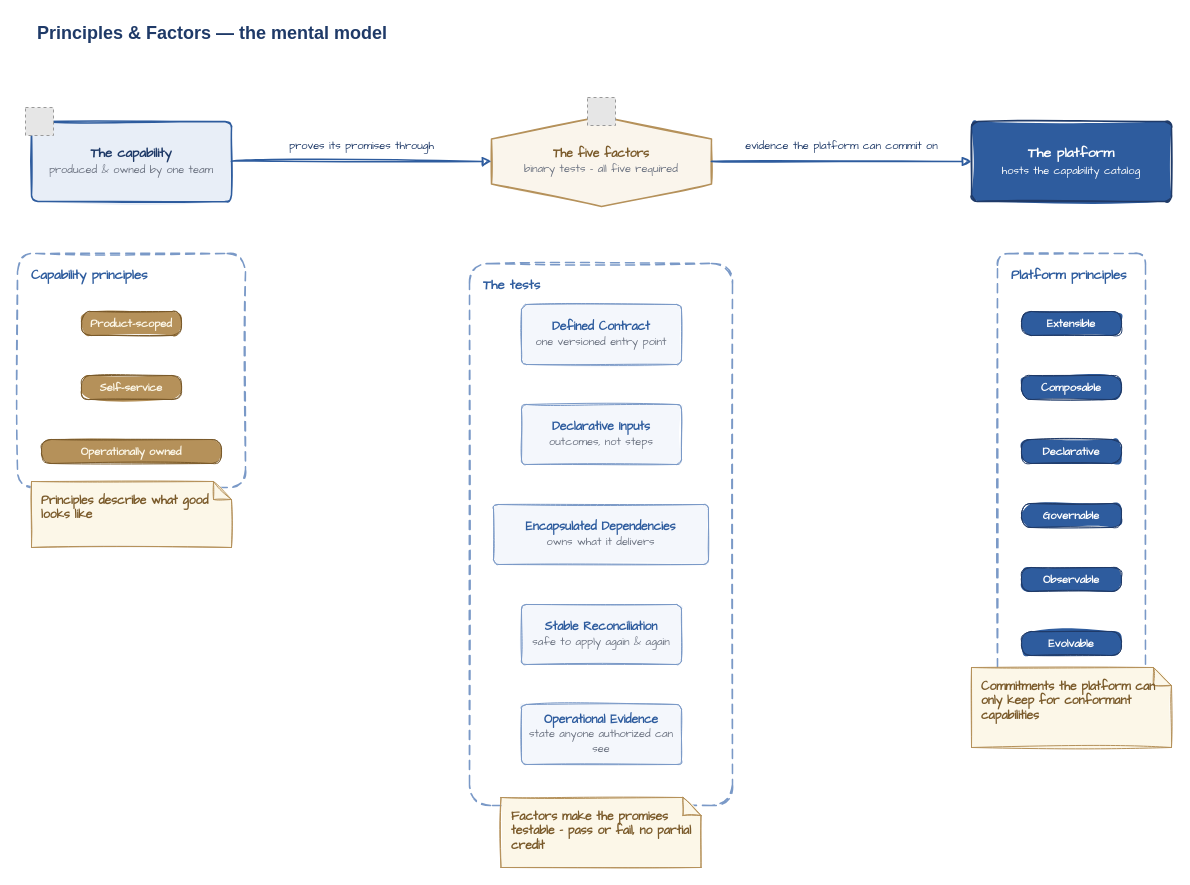
Earlier version of the draw.io diagram diagrams/principles-and-factors.drawio (missBerg/platform-capabilities). Source tidied: cells renumbered, new cells numbered last; positions are measured from the earlier drawing's top-left corner, leaving out a move shared by most shapes. Both pictures are drawn from the tidied source at 100%, with x=0, y=0 at pixel (17, 17). Pictures stored in the file or linked from it are replaced by grey dashed boxes.
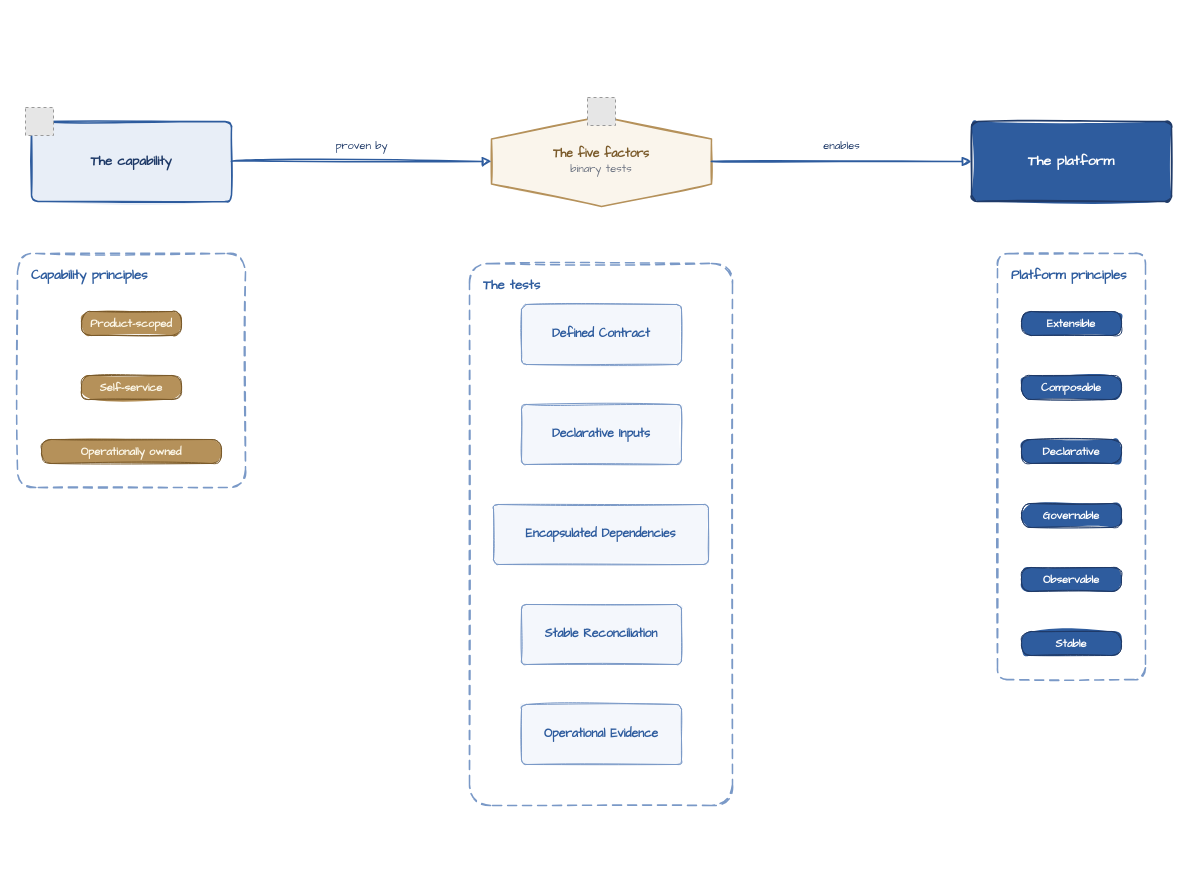
The same diagram, later.

The edit, as a diff of the source:
```diff
@@
-    <mxCell id="2" value="Principles &amp;amp; Factors — the mental model" style="text;html=1;align=left;verticalAlign=middle;whiteSpace=wrap;rounded=0;fontColor=#1F3A68;fontFamily=Helvetica;fontSize=18;fontStyle=1;spacingLeft=4;" parent="1" vertex="1">
-      <mxGeometry x="14" width="420" height="32" as="geometry" />
-    </mxCell>
@@
-    <mxCell id="6" value="&lt;b&gt;The capability&lt;/b&gt;&lt;br&gt;&lt;font style=&quot;font-size: 11px&quot; color=&quot;#6B7280&quot;&gt;produced &amp;amp; owned by one team&lt;/font&gt;" style="rounded=1;whiteSpace=wrap;html=1;arcSize=8;fillColor=#E8EEF7;strokeColor=#2E5C9E;strokeWidth=1.5;fontColor=#1F3A68;fontFamily=Comic Sans MS;fontSize=13;align=center;verticalAlign=middle;shadow=0;sketch=1;fillStyle=solid;" parent="1" vertex="1">
+    <mxCell id="6" value="&lt;b&gt;The capability&lt;/b&gt;" style="rounded=1;whiteSpace=wrap;html=1;arcSize=8;fillColor=#E8EEF7;strokeColor=#2E5C9E;strokeWidth=1.5;fontColor=#1F3A68;fontFamily=Comic Sans MS;fontSize=13;align=center;verticalAlign=middle;shadow=0;sketch=1;fillStyle=solid;" parent="1" vertex="1">
       <mxGeometry x="14" y="104" width="200" height="80" as="geometry" />
     </mxCell>
@@
-    <mxCell id="11" value="&lt;b&gt;Principles describe what good looks like&lt;/b&gt;" style="shape=note;whiteSpace=wrap;html=1;backgroundOutline=1;fillColor=#FCF7E8;strokeColor=#B5915A;strokeWidth=1;fontColor=#7A5A2A;fontFamily=Comic Sans MS;fontSize=12;align=left;verticalAlign=top;spacingLeft=8;spacingTop=6;spacingRight=8;shadow=0;size=18;sketch=1;fillStyle=solid;" parent="1" vertex="1">
-      <mxGeometry x="14" y="464" width="200" height="66" as="geometry" />
-    </mxCell>
-    <mxCell id="12" value="&lt;b&gt;The five factors&lt;/b&gt;&lt;br&gt;&lt;font style=&quot;font-size: 11px&quot; color=&quot;#6B7280&quot;&gt;binary tests - all five required&lt;/font&gt;" style="shape=hexagon;perimeter=hexagonPerimeter2;direction=north;whiteSpace=wrap;html=1;fillColor=#FAF5EC;strokeColor=#B5915A;strokeWidth=1.5;fontColor=#7A5A2A;fontFamily=Comic Sans MS;fontSize=12;align=center;verticalAlign=middle;shadow=0;sketch=1;fillStyle=solid;" parent="1" vertex="1">
+    <mxCell id="12" value="&lt;b&gt;The five factors&lt;/b&gt;&lt;br&gt;&lt;font style=&quot;font-size: 11px&quot; color=&quot;#6B7280&quot;&gt;binary tests&lt;/font&gt;" style="shape=hexagon;perimeter=hexagonPerimeter2;direction=north;whiteSpace=wrap;html=1;fillColor=#FAF5EC;strokeColor=#B5915A;strokeWidth=1.5;fontColor=#7A5A2A;fontFamily=Comic Sans MS;fontSize=12;align=center;verticalAlign=middle;shadow=0;sketch=1;fillStyle=solid;" parent="1" vertex="1">
       <mxGeometry x="474" y="99" width="220" height="90" as="geometry" />
     </mxCell>
@@
-    <mxCell id="14" value="&lt;b&gt;Defined Contract&lt;/b&gt;&lt;br&gt;&lt;font style=&quot;font-size: 11px&quot; color=&quot;#6B7280&quot;&gt;one versioned entry point&lt;/font&gt;" style="rounded=1;whiteSpace=wrap;html=1;arcSize=8;fillColor=#F4F7FC;strokeColor=#7A99C7;strokeWidth=1;fontColor=#2E5C9E;fontFamily=Comic Sans MS;fontSize=12;align=center;verticalAlign=middle;shadow=0;sketch=1;fillStyle=solid;" parent="1" vertex="1">
+    <mxCell id="14" value="&lt;b&gt;Defined Contract&lt;/b&gt;" style="rounded=1;whiteSpace=wrap;html=1;arcSize=8;fillColor=#F4F7FC;strokeColor=#7A99C7;strokeWidth=1;fontColor=#2E5C9E;fontFamily=Comic Sans MS;fontSize=12;align=center;verticalAlign=middle;shadow=0;sketch=1;fillStyle=solid;" parent="1" vertex="1">
       <mxGeometry x="504" y="287" width="160" height="60" as="geometry" />
     </mxCell>
-    <mxCell id="15" value="&lt;b&gt;Declarative Inputs&lt;/b&gt;&lt;br&gt;&lt;font style=&quot;font-size: 11px&quot; color=&quot;#6B7280&quot;&gt;outcomes, not steps&lt;/font&gt;" style="rounded=1;whiteSpace=wrap;html=1;arcSize=8;fillColor=#F4F7FC;strokeColor=#7A99C7;strokeWidth=1;fontColor=#2E5C9E;fontFamily=Comic Sans MS;fontSize=12;align=center;verticalAlign=middle;shadow=0;sketch=1;fillStyle=solid;" parent="1" vertex="1">
+    <mxCell id="15" value="&lt;b&gt;Declarative Inputs&lt;/b&gt;" style="rounded=1;whiteSpace=wrap;html=1;arcSize=8;fillColor=#F4F7FC;strokeColor=#7A99C7;strokeWidth=1;fontColor=#2E5C9E;fontFamily=Comic Sans MS;fontSize=12;align=center;verticalAlign=middle;shadow=0;sketch=1;fillStyle=solid;" parent="1" vertex="1">
       <mxGeometry x="504" y="387" width="160" height="60" as="geometry" />
     </mxCell>
-    <mxCell id="16" value="&lt;b&gt;Encapsulated Dependencies&lt;/b&gt;&lt;br&gt;&lt;font style=&quot;font-size: 11px&quot; color=&quot;#6B7280&quot;&gt;owns what it delivers&lt;/font&gt;" style="rounded=1;whiteSpace=wrap;html=1;arcSize=8;fillColor=#F4F7FC;strokeColor=#7A99C7;strokeWidth=1;fontColor=#2E5C9E;fontFamily=Comic Sans MS;fontSize=12;align=center;verticalAlign=middle;shadow=0;sketch=1;fillStyle=solid;" parent="1" vertex="1">
+    <mxCell id="16" value="&lt;b&gt;Encapsulated Dependencies&lt;/b&gt;" style="rounded=1;whiteSpace=wrap;html=1;arcSize=8;fillColor=#F4F7FC;strokeColor=#7A99C7;strokeWidth=1;fontColor=#2E5C9E;fontFamily=Comic Sans MS;fontSize=12;align=center;verticalAlign=middle;shadow=0;sketch=1;fillStyle=solid;" parent="1" vertex="1">
       <mxGeometry x="476" y="487" width="215" height="60" as="geometry" />
     </mxCell>
-    <mxCell id="17" value="&lt;b&gt;Stable Reconciliation&lt;/b&gt;&lt;br&gt;&lt;font style=&quot;font-size: 11px&quot; color=&quot;#6B7280&quot;&gt;safe to apply again &amp;amp; again&lt;/font&gt;" style="rounded=1;whiteSpace=wrap;html=1;arcSize=8;fillColor=#F4F7FC;strokeColor=#7A99C7;strokeWidth=1;fontColor=#2E5C9E;fontFamily=Comic Sans MS;fontSize=12;align=center;verticalAlign=middle;shadow=0;sketch=1;fillStyle=solid;" parent="1" vertex="1">
+    <mxCell id="17" value="&lt;b&gt;Stable Reconciliation&lt;/b&gt;" style="rounded=1;whiteSpace=wrap;html=1;arcSize=8;fillColor=#F4F7FC;strokeColor=#7A99C7;strokeWidth=1;fontColor=#2E5C9E;fontFamily=Comic Sans MS;fontSize=12;align=center;verticalAlign=middle;shadow=0;sketch=1;fillStyle=solid;" parent="1" vertex="1">
       <mxGeometry x="504" y="587" width="160" height="60" as="geometry" />
     </mxCell>
-    <mxCell id="18" value="&lt;b&gt;Operational Evidence&lt;/b&gt;&lt;br&gt;&lt;font style=&quot;font-size: 11px&quot; color=&quot;#6B7280&quot;&gt;state anyone authorized can see&lt;/font&gt;" style="rounded=1;whiteSpace=wrap;html=1;arcSize=8;fillColor=#F4F7FC;strokeColor=#7A99C7;strokeWidth=1;fontColor=#2E5C9E;fontFamily=Comic Sans MS;fontSize=12;align=center;verticalAlign=middle;shadow=0;sketch=1;fillStyle=solid;" parent="1" vertex="1">
+    <mxCell id="18" value="&lt;b&gt;Operational Evidence&lt;/b&gt;" style="rounded=1;whiteSpace=wrap;html=1;arcSize=8;fillColor=#F4F7FC;strokeColor=#7A99C7;strokeWidth=1;fontColor=#2E5C9E;fontFamily=Comic Sans MS;fontSize=12;align=center;verticalAlign=middle;shadow=0;sketch=1;fillStyle=solid;" parent="1" vertex="1">
       <mxGeometry x="504" y="687" width="160" height="60" as="geometry" />
     </mxCell>
-    <mxCell id="19" value="&lt;b&gt;Factors make the promises testable - pass or fail, no partial credit&lt;/b&gt;" style="shape=note;whiteSpace=wrap;html=1;backgroundOutline=1;fillColor=#FCF7E8;strokeColor=#B5915A;strokeWidth=1;fontColor=#7A5A2A;fontFamily=Comic Sans MS;fontSize=12;align=left;verticalAlign=top;spacingLeft=8;spacingTop=6;spacingRight=8;shadow=0;size=18;sketch=1;fillStyle=solid;" parent="1" vertex="1">
-      <mxGeometry x="483.5" y="780" width="200" height="70" as="geometry" />
-    </mxCell>
-    <mxCell id="20" value="&lt;font style=&quot;color: rgb(255, 255, 255);&quot;&gt;&lt;b&gt;The platform&lt;/b&gt;&lt;br&gt;&lt;font style=&quot;font-size: 11px;&quot;&gt;hosts the capability catalog&lt;/font&gt;&lt;/font&gt;" style="rounded=1;whiteSpace=wrap;html=1;arcSize=8;fillColor=#2E5C9E;strokeColor=#1F3A68;strokeWidth=1.5;fontColor=#FFFFFF;fontFamily=Comic Sans MS;fontSize=14;align=center;verticalAlign=middle;shadow=0;sketch=1;fillStyle=solid;" parent="1" vertex="1">
+    <mxCell id="20" value="&lt;font style=&quot;color: rgb(255, 255, 255);&quot;&gt;&lt;b&gt;The platform&lt;/b&gt;" style="rounded=1;whiteSpace=wrap;html=1;arcSize=8;fillColor=#2E5C9E;strokeColor=#1F3A68;strokeWidth=1.5;fontColor=#FFFFFF;fontFamily=Comic Sans MS;fontSize=14;align=center;verticalAlign=middle;shadow=0;sketch=1;fillStyle=solid;" parent="1" vertex="1">
       <mxGeometry x="954" y="104" width="200" height="80" as="geometry" />
     </mxCell>
@@
-    <mxCell id="26" value="Evolvable" style="rounded=1;whiteSpace=wrap;html=1;arcSize=40;fillColor=#2E5C9E;strokeColor=#1F3A68;strokeWidth=1;fontColor=#FFFFFF;fontFamily=Comic Sans MS;fontSize=11;fontStyle=1;align=center;verticalAlign=middle;shadow=0;sketch=1;fillStyle=solid;" parent="1" vertex="1">
+    <mxCell id="26" value="Stable" style="rounded=1;whiteSpace=wrap;html=1;arcSize=40;fillColor=#2E5C9E;strokeColor=#1F3A68;strokeWidth=1;fontColor=#FFFFFF;fontFamily=Comic Sans MS;fontSize=11;fontStyle=1;align=center;verticalAlign=middle;shadow=0;sketch=1;fillStyle=solid;" parent="1" vertex="1">
       <mxGeometry x="1004" y="614" width="100" height="24" as="geometry" />
     </mxCell>
-    <mxCell id="27" value="&lt;b&gt;Commitments the platform can only keep for conformant capabilities&lt;/b&gt;" style="shape=note;whiteSpace=wrap;html=1;backgroundOutline=1;fillColor=#FCF7E8;strokeColor=#B5915A;strokeWidth=1;fontColor=#7A5A2A;fontFamily=Comic Sans MS;fontSize=12;align=left;verticalAlign=top;spacingLeft=8;spacingTop=6;spacingRight=8;shadow=0;size=18;sketch=1;fillStyle=solid;" parent="1" vertex="1">
-      <mxGeometry x="954" y="650" width="200" height="80" as="geometry" />
-    </mxCell>
-    <mxCell id="28" value="proves its promises through" style="edgeStyle=orthogonalEdgeStyle;endArrow=block;html=1;rounded=0;strokeColor=#2E5C9E;strokeWidth=1.5;fontColor=#1F3A68;fontFamily=Comic Sans MS;fontSize=11;endFill=1;sketch=1;sketch=1;curveFitting=1;jiggle=2;curved=1;" parent="1" edge="1" source="6" target="12">
+    <mxCell id="28" value="proven by" style="edgeStyle=orthogonalEdgeStyle;endArrow=block;html=1;rounded=0;strokeColor=#2E5C9E;strokeWidth=1.5;fontColor=#1F3A68;fontFamily=Comic Sans MS;fontSize=11;endFill=1;sketch=1;sketch=1;curveFitting=1;jiggle=2;curved=1;" parent="1" edge="1" source="6" target="12">
       <mxGeometry relative="1" as="geometry">
         <mxPoint y="-16" as="offset" />
       </mxGeometry>
     </mxCell>
-    <mxCell id="29" value="evidence the platform can commit on" style="edgeStyle=orthogonalEdgeStyle;endArrow=block;html=1;rounded=0;strokeColor=#2E5C9E;strokeWidth=1.5;fontColor=#1F3A68;fontFamily=Comic Sans MS;fontSize=11;endFill=1;sketch=1;sketch=1;curveFitting=1;jiggle=2;curved=1;" parent="1" edge="1" source="12" target="20">
+    <mxCell id="29" value="enables" style="edgeStyle=orthogonalEdgeStyle;endArrow=block;html=1;rounded=0;strokeColor=#2E5C9E;strokeWidth=1.5;fontColor=#1F3A68;fontFamily=Comic Sans MS;fontSize=11;endFill=1;sketch=1;sketch=1;curveFitting=1;jiggle=2;curved=1;" parent="1" edge="1" source="12" target="20">
       <mxGeometry relative="1" as="geometry">
         <mxPoint y="-16" as="offset" />
       </mxGeometry>
     </mxCell>
```
